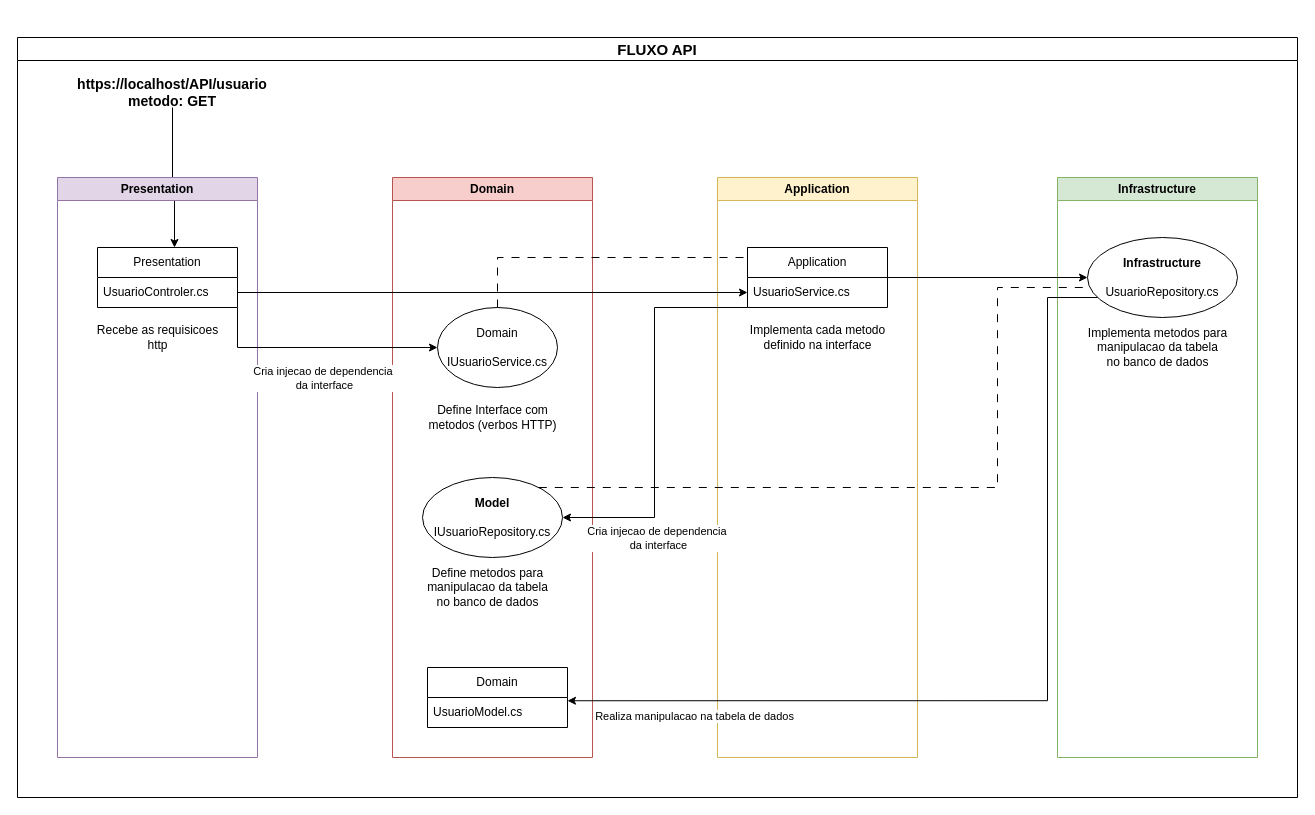
This is PUC_eixo06_fluxoApp.drawio from Allandpn/PUCMInas-Eixo06, a draw.io file, before an edit. Source tidied: cells renumbered, new cells numbered last; positions are measured from the earlier drawing's top-left corner, leaving out a move shared by most shapes. Both pictures are drawn from the tidied source at 100%, with x=0, y=0 at pixel (17, 37).
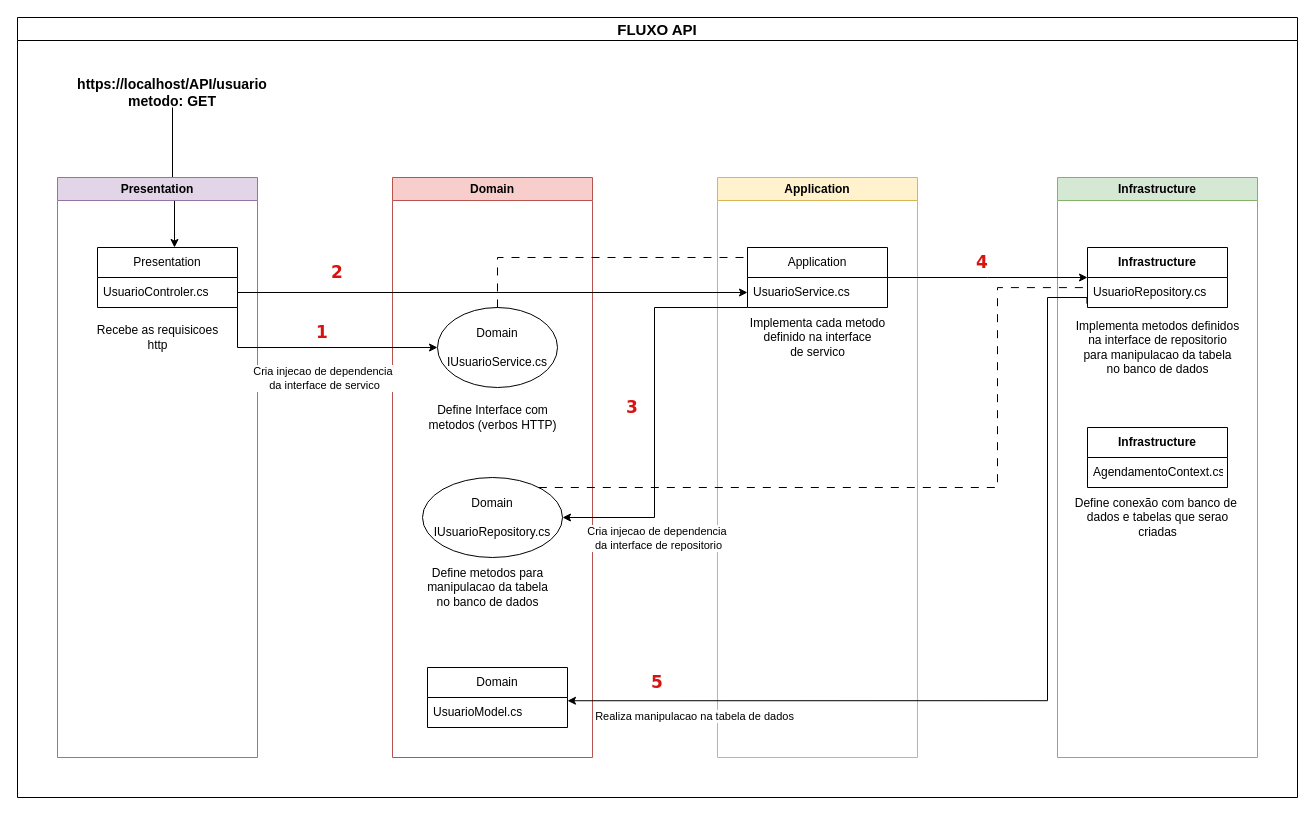
Above is the later version.

The change refers to these unchanged cells:
```xml
<mxCell id="8" value="Domain" style="swimlane;whiteSpace=wrap;html=1;fillColor=#f8cecc;strokeColor=#b85450;" parent="1" vertex="1">
  <mxGeometry x="375" y="140" width="200" height="580" as="geometry" />
</mxCell>
<mxCell id="14" value="UsuarioModel.cs" style="text;strokeColor=none;fillColor=none;align=left;verticalAlign=middle;spacingLeft=4;spacingRight=4;overflow=hidden;points=[[0,0.5],[1,0.5]];portConstraint=eastwest;whiteSpace=wrap;html=1;" parent="13" vertex="1">
  <mxGeometry y="30" width="140" height="30" as="geometry" />
</mxCell>
<mxCell id="15" value="Application" style="swimlane;whiteSpace=wrap;html=1;fillColor=#fff2cc;strokeColor=#d6b656;" parent="1" vertex="1">
  <mxGeometry x="700" y="140" width="200" height="580" as="geometry" />
</mxCell>
<mxCell id="16" value="Application" style="swimlane;fontStyle=0;horizontal=1;startSize=30;whiteSpace=wrap;html=1;" parent="15" vertex="1">
  <mxGeometry x="30" y="70" width="140" height="60" as="geometry" />
</mxCell>
<mxCell id="19" value="Infrastructure" style="swimlane;whiteSpace=wrap;html=1;fillColor=#d5e8d4;strokeColor=#82b366;" parent="1" vertex="1">
  <mxGeometry x="1040" y="140" width="200" height="580" as="geometry" />
</mxCell>
<mxCell id="23" style="edgeStyle=orthogonalEdgeStyle;rounded=0;jettySize=auto;html=1;entryX=0;entryY=0.5;entryDx=0;entryDy=0;" parent="1" edge="1" source="6" target="11">
  <mxGeometry relative="1" as="geometry">
    <Array as="points">
      <mxPoint x="220" y="310" />
    </Array>
  </mxGeometry>
</mxCell>
```

The edit, as a diff of the source:
```diff
@@
-    <mxCell id="9" value="&lt;span style=&quot;font-weight: 700;&quot;&gt;Model&lt;/span&gt;&lt;br&gt;&lt;br&gt;IUsuarioRepository.cs" style="ellipse;whiteSpace=wrap;html=1;" parent="8" vertex="1">
+    <mxCell id="9" value="Domain&lt;br&gt;&lt;br&gt;IUsuarioRepository.cs" style="ellipse;whiteSpace=wrap;html=1;" parent="8" vertex="1">
       <mxGeometry x="30" y="300" width="140" height="80" as="geometry" />
     </mxCell>
@@
-    <mxCell id="18" value="Implementa cada metodo&lt;br&gt;definido na interface" style="text;html=1;align=center;verticalAlign=middle;strokeColor=none;fillColor=none;" parent="15" vertex="1">
-      <mxGeometry x="20" y="140" width="160" height="40" as="geometry" />
+    <mxCell id="18" value="Implementa cada metodo&lt;br&gt;definido na interface&lt;br&gt;de servico" style="text;html=1;align=center;verticalAlign=middle;strokeColor=none;fillColor=none;" parent="15" vertex="1">
+      <mxGeometry x="20" y="130" width="160" height="60" as="geometry" />
     </mxCell>
@@
-    <mxCell id="20" value="&lt;span style=&quot;font-weight: 700;&quot;&gt;Infrastructure&lt;/span&gt;&lt;br&gt;&lt;br&gt;UsuarioRepository.cs" style="ellipse;whiteSpace=wrap;html=1;" parent="19" vertex="1">
-      <mxGeometry x="30" y="60" width="150" height="80" as="geometry" />
-    </mxCell>
-    <mxCell id="21" value="Implementa metodos para&lt;br&gt;manipulacao da tabela&lt;br&gt;no banco de dados" style="text;html=1;align=center;verticalAlign=middle;strokeColor=none;fillColor=none;" parent="19" vertex="1">
-      <mxGeometry x="20" y="140" width="160" height="60" as="geometry" />
+    <mxCell id="21" value="Implementa metodos definidos&lt;br&gt;na interface de repositorio&lt;br&gt;para manipulacao da tabela&lt;br&gt;no banco de dados" style="text;html=1;align=center;verticalAlign=middle;strokeColor=none;fillColor=none;" parent="19" vertex="1">
+      <mxGeometry x="5" y="135" width="190" height="70" as="geometry" />
     </mxCell>
@@
-    <mxCell id="24" value="Cria injecao de dependencia&amp;nbsp;&lt;br&gt;da interface" style="edgeLabel;html=1;align=center;verticalAlign=middle;" parent="23" vertex="1">
+    <mxCell id="24" value="Cria injecao de dependencia&amp;nbsp;&lt;br&gt;da interface de servico" style="edgeLabel;html=1;align=center;verticalAlign=middle;" parent="23" vertex="1">
       <mxGeometry x="0.14" y="3" relative="1" as="geometry">
         <mxPoint x="-11" y="33" as="offset" />
       </mxGeometry>
     </mxCell>
@@
-    <mxCell id="26" value="Cria injecao de dependencia&amp;nbsp;&lt;br&gt;da interface" style="edgeLabel;html=1;align=center;verticalAlign=middle;" parent="1" vertex="1">
+    <mxCell id="26" value="Cria injecao de dependencia&amp;nbsp;&lt;br&gt;da interface de repositorio" style="edgeLabel;html=1;align=center;verticalAlign=middle;" parent="1" vertex="1">
       <mxGeometry x="640" y="500" as="geometry" />
     </mxCell>
-    <mxCell id="27" style="edgeStyle=orthogonalEdgeStyle;rounded=0;jettySize=auto;html=1;entryX=0;entryY=0.5;entryDx=0;entryDy=0;" parent="1" edge="1" source="16" target="20">
-      <mxGeometry relative="1" as="geometry" />
+    <mxCell id="27" style="edgeStyle=orthogonalEdgeStyle;rounded=0;jettySize=auto;html=1;entryX=0;entryY=0.5;entryDx=0;entryDy=0;" parent="1" edge="1" source="16">
+      <mxGeometry relative="1" as="geometry">
+        <mxPoint x="1070" y="240" as="targetPoint" />
+      </mxGeometry>
     </mxCell>
-    <mxCell id="28" style="edgeStyle=orthogonalEdgeStyle;rounded=0;jettySize=auto;html=1;entryX=1;entryY=0.108;entryDx=0;entryDy=0;entryPerimeter=0;" parent="1" edge="1" source="20" target="14">
+    <mxCell id="28" style="edgeStyle=orthogonalEdgeStyle;rounded=0;jettySize=auto;html=1;entryX=1;entryY=0.108;entryDx=0;entryDy=0;entryPerimeter=0;exitX=-0.004;exitY=0.873;exitDx=0;exitDy=0;exitPerimeter=0;" parent="1" edge="1" source="39" target="14">
       <mxGeometry relative="1" as="geometry">
         <Array as="points">
+          <mxPoint x="1069" y="260" />
           <mxPoint x="1030" y="260" />
           <mxPoint x="1030" y="663" />
         </Array>
       </mxGeometry>
     </mxCell>
@@
-    <mxCell id="31" style="edgeStyle=orthogonalEdgeStyle;rounded=0;jettySize=auto;html=1;endArrow=none;endFill=0;dashed=1;dashPattern=8 8;" parent="1" edge="1" source="9" target="20">
+    <mxCell id="31" style="edgeStyle=orthogonalEdgeStyle;rounded=0;jettySize=auto;html=1;endArrow=none;endFill=0;dashed=1;dashPattern=8 8;" parent="1" edge="1" source="9">
       <mxGeometry relative="1" as="geometry">
+        <mxPoint x="1072.4" y="250.1" as="targetPoint" />
         <Array as="points">
           <mxPoint x="980" y="450" />
           <mxPoint x="980" y="250" />
         </Array>
       </mxGeometry>
     </mxCell>
     <mxCell id="32" value="&lt;font style=&quot;font-size: 15px;&quot;&gt;FLUXO API&lt;/font&gt;" style="swimlane;whiteSpace=wrap;html=1;" parent="1" vertex="1">
-      <mxGeometry width="1280" height="760" as="geometry" />
+      <mxGeometry y="-20" width="1280" height="780" as="geometry" />
     </mxCell>
+    <mxCell id="33" value="&lt;font face=&quot;Verdana&quot; color=&quot;#d91212&quot; style=&quot;font-size: 17px;&quot;&gt;&lt;b&gt;1&lt;/b&gt;&lt;/font&gt;" style="text;html=1;align=center;verticalAlign=middle;whiteSpace=wrap;rounded=0;" parent="32" vertex="1">
+      <mxGeometry x="290" y="300" width="30" height="30" as="geometry" />
+    </mxCell>
+    <mxCell id="34" value="&lt;font face=&quot;Verdana&quot; color=&quot;#d91212&quot; style=&quot;font-size: 17px;&quot;&gt;&lt;b&gt;2&lt;/b&gt;&lt;/font&gt;" style="text;html=1;align=center;verticalAlign=middle;whiteSpace=wrap;rounded=0;" parent="32" vertex="1">
+      <mxGeometry x="305" y="240" width="30" height="30" as="geometry" />
+    </mxCell>
+    <mxCell id="35" value="&lt;font face=&quot;Verdana&quot; color=&quot;#d91212&quot; style=&quot;font-size: 17px;&quot;&gt;&lt;b&gt;3&lt;/b&gt;&lt;/font&gt;" style="text;html=1;align=center;verticalAlign=middle;whiteSpace=wrap;rounded=0;" parent="32" vertex="1">
+      <mxGeometry x="600" y="375" width="30" height="30" as="geometry" />
+    </mxCell>
+    <mxCell id="36" value="&lt;font face=&quot;Verdana&quot; color=&quot;#d91212&quot; style=&quot;font-size: 17px;&quot;&gt;&lt;b&gt;4&lt;/b&gt;&lt;/font&gt;" style="text;html=1;align=center;verticalAlign=middle;whiteSpace=wrap;rounded=0;" parent="32" vertex="1">
+      <mxGeometry x="950" y="230" width="30" height="30" as="geometry" />
+    </mxCell>
+    <mxCell id="37" value="&lt;font face=&quot;Verdana&quot; color=&quot;#d91212&quot; style=&quot;font-size: 17px;&quot;&gt;&lt;b&gt;5&lt;/b&gt;&lt;/font&gt;" style="text;html=1;align=center;verticalAlign=middle;whiteSpace=wrap;rounded=0;" parent="32" vertex="1">
+      <mxGeometry x="625" y="650" width="30" height="30" as="geometry" />
+    </mxCell>
+    <mxCell id="38" value="&lt;span style=&quot;font-weight: 700;&quot;&gt;Infrastructure&lt;/span&gt;" style="swimlane;fontStyle=0;horizontal=1;startSize=30;whiteSpace=wrap;html=1;" parent="32" vertex="1">
+      <mxGeometry x="1070" y="230" width="140" height="60" as="geometry" />
+    </mxCell>
+    <mxCell id="39" value="&lt;span style=&quot;text-align: center;&quot;&gt;UsuarioRepository.cs&lt;/span&gt;" style="text;strokeColor=none;fillColor=none;align=left;verticalAlign=middle;spacingLeft=4;spacingRight=4;overflow=hidden;points=[[0,0.5],[1,0.5]];portConstraint=eastwest;whiteSpace=wrap;html=1;" parent="38" vertex="1">
+      <mxGeometry y="30" width="140" height="30" as="geometry" />
+    </mxCell>
+    <mxCell id="40" value="&lt;span style=&quot;font-weight: 700;&quot;&gt;Infrastructure&lt;/span&gt;" style="swimlane;fontStyle=0;horizontal=1;startSize=30;whiteSpace=wrap;html=1;" parent="32" vertex="1">
+      <mxGeometry x="1070" y="410" width="140" height="60" as="geometry" />
+    </mxCell>
+    <mxCell id="41" value="&lt;span style=&quot;text-align: center;&quot;&gt;AgendamentoContext.cs&lt;/span&gt;" style="text;strokeColor=none;fillColor=none;align=left;verticalAlign=middle;spacingLeft=4;spacingRight=4;overflow=hidden;whiteSpace=wrap;html=1;" parent="40" vertex="1">
+      <mxGeometry y="30" width="140" height="30" as="geometry" />
+    </mxCell>
+    <mxCell id="42" value="Define conexão com banco de&amp;nbsp;&lt;br&gt;dados e tabelas que serao&lt;br&gt;criadas" style="text;html=1;align=center;verticalAlign=middle;strokeColor=none;fillColor=none;" parent="32" vertex="1">
+      <mxGeometry x="1045" y="470" width="190" height="60" as="geometry" />
+    </mxCell>
```
